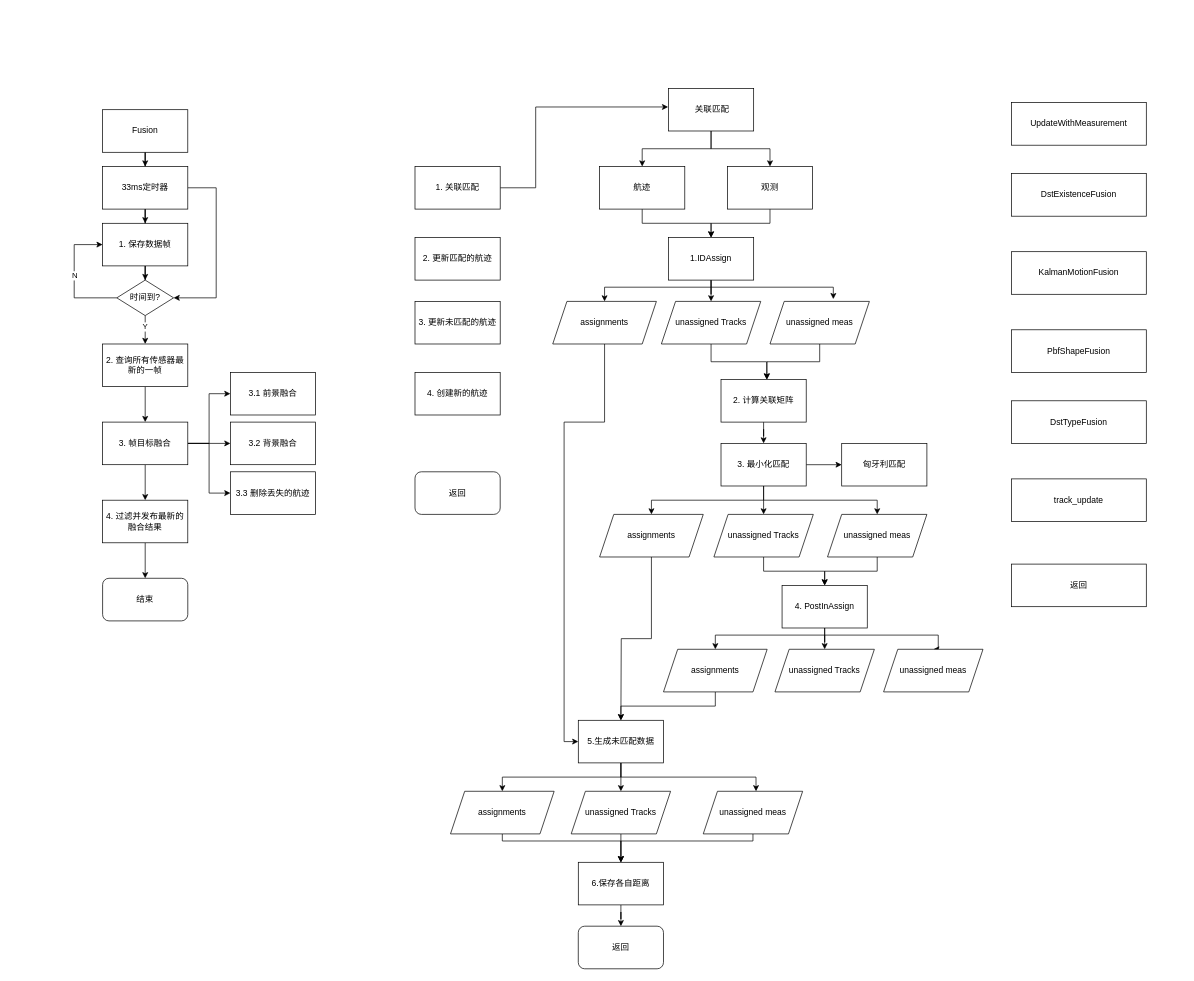
This is page "第 2 页" (2 of 2) of apollo/apollo_2d_to_3d_V3.0.drawio from bugquella/diagrams, a draw.io file, before an edit. Source tidied: cells renumbered, new cells numbered last; positions are measured from the earlier drawing's top-left corner, leaving out a move shared by most shapes. Both pictures are drawn from the tidied source at 71%, with x=0, y=0 at pixel (74, 88).
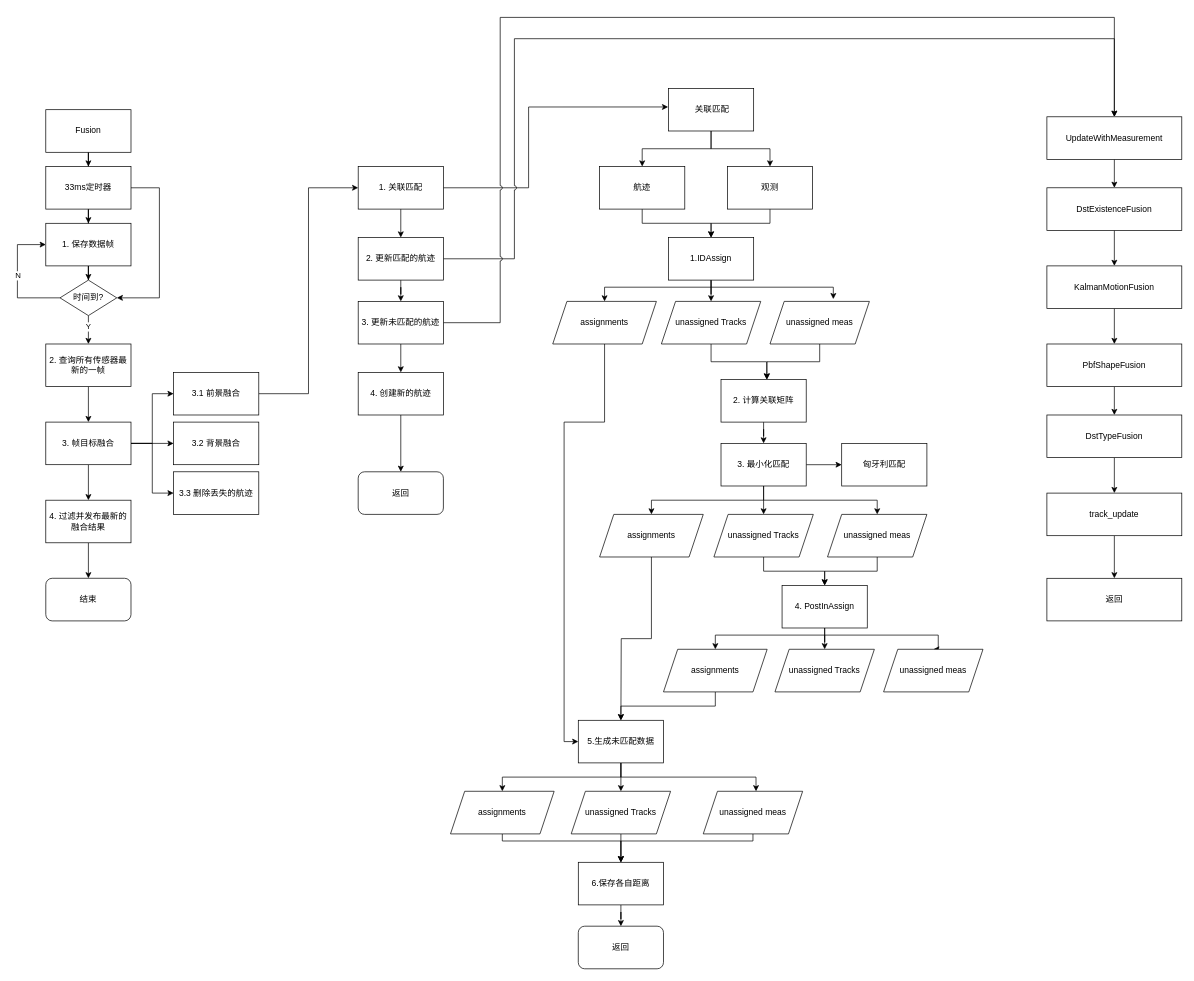
After the change.

The change refers to these unchanged cells:
```xml
<mxCell id="35" value="&amp;nbsp;关联匹配" style="rounded=0;whiteSpace=wrap;html=1;" parent="1" vertex="1">
  <mxGeometry x="837" width="120" height="60" as="geometry" />
</mxCell>
```

The edit, as a diff of the source:
```diff
@@
     <mxCell id="3" value="Fusion" style="rounded=0;whiteSpace=wrap;html=1;" parent="1" vertex="1">
-      <mxGeometry x="40" y="30" width="120" height="60" as="geometry" />
+      <mxGeometry x="-40" y="30" width="120" height="60" as="geometry" />
     </mxCell>
@@
     <mxCell id="5" value="1. 保存数据帧" style="rounded=0;whiteSpace=wrap;html=1;" parent="1" vertex="1">
-      <mxGeometry x="40" y="190" width="120" height="60" as="geometry" />
+      <mxGeometry x="-40" y="190" width="120" height="60" as="geometry" />
     </mxCell>
@@
     <mxCell id="7" style="edgeStyle=orthogonalEdgeStyle;rounded=0;jettySize=auto;html=1;entryX=1;entryY=0.5;entryDx=0;entryDy=0;" parent="1" edge="1" source="8" target="13">
       <mxGeometry relative="1" as="geometry">
         <Array as="points">
-          <mxPoint x="200" y="140" />
-          <mxPoint x="200" y="295" />
+          <mxPoint x="120" y="140" />
+          <mxPoint x="120" y="295" />
         </Array>
       </mxGeometry>
     </mxCell>
     <mxCell id="8" value="33ms定时器" style="rounded=0;whiteSpace=wrap;html=1;" parent="1" vertex="1">
-      <mxGeometry x="40" y="110" width="120" height="60" as="geometry" />
+      <mxGeometry x="-40" y="110" width="120" height="60" as="geometry" />
     </mxCell>
     <mxCell id="9" style="edgeStyle=orthogonalEdgeStyle;rounded=0;jettySize=auto;html=1;" parent="1" edge="1" source="13">
       <mxGeometry relative="1" as="geometry">
-        <mxPoint x="40" y="220" as="targetPoint" />
+        <mxPoint x="-40" y="220" as="targetPoint" />
         <Array as="points">
-          <mxPoint y="295" />
-          <mxPoint y="220" />
+          <mxPoint x="-80" y="295" />
+          <mxPoint x="-80" y="220" />
         </Array>
       </mxGeometry>
     </mxCell>
@@
     <mxCell id="13" value="时间到?" style="rhombus;whiteSpace=wrap;html=1;" parent="1" vertex="1">
-      <mxGeometry x="60" y="270" width="80" height="50" as="geometry" />
+      <mxGeometry x="-20" y="270" width="80" height="50" as="geometry" />
     </mxCell>
@@
     <mxCell id="15" value="2. 查询所有传感器最新的一帧" style="rounded=0;whiteSpace=wrap;html=1;" parent="1" vertex="1">
-      <mxGeometry x="40" y="360" width="120" height="60" as="geometry" />
+      <mxGeometry x="-40" y="360" width="120" height="60" as="geometry" />
     </mxCell>
@@
     <mxCell id="20" value="3. 帧目标融合" style="rounded=0;whiteSpace=wrap;html=1;" parent="1" vertex="1">
-      <mxGeometry x="40" y="470" width="120" height="60" as="geometry" />
+      <mxGeometry x="-40" y="470" width="120" height="60" as="geometry" />
     </mxCell>
+    <mxCell id="92" style="edgeStyle=orthogonalEdgeStyle;rounded=0;jettySize=auto;html=1;entryX=0;entryY=0.5;entryDx=0;entryDy=0;" parent="1" edge="1" source="21" target="28">
+      <mxGeometry relative="1" as="geometry" />
+    </mxCell>
     <mxCell id="21" value="3.1 前景融合" style="rounded=0;whiteSpace=wrap;html=1;" parent="1" vertex="1">
-      <mxGeometry x="220" y="400" width="120" height="60" as="geometry" />
+      <mxGeometry x="140" y="400" width="120" height="60" as="geometry" />
     </mxCell>
     <mxCell id="22" value="3.2 背景融合" style="rounded=0;whiteSpace=wrap;html=1;" parent="1" vertex="1">
-      <mxGeometry x="220" y="470" width="120" height="60" as="geometry" />
+      <mxGeometry x="140" y="470" width="120" height="60" as="geometry" />
     </mxCell>
     <mxCell id="23" value="3.3 删除丢失的航迹" style="rounded=0;whiteSpace=wrap;html=1;" parent="1" vertex="1">
-      <mxGeometry x="220" y="540" width="120" height="60" as="geometry" />
+      <mxGeometry x="140" y="540" width="120" height="60" as="geometry" />
     </mxCell>
@@
     <mxCell id="25" value="4. 过滤并发布最新的融合结果" style="rounded=0;whiteSpace=wrap;html=1;" parent="1" vertex="1">
-      <mxGeometry x="40" y="580" width="120" height="60" as="geometry" />
+      <mxGeometry x="-40" y="580" width="120" height="60" as="geometry" />
     </mxCell>
     <mxCell id="26" value="结束" style="rounded=1;whiteSpace=wrap;html=1;" parent="1" vertex="1">
-      <mxGeometry x="40" y="690" width="120" height="60" as="geometry" />
+      <mxGeometry x="-40" y="690" width="120" height="60" as="geometry" />
     </mxCell>
-    <mxCell id="27" style="edgeStyle=orthogonalEdgeStyle;rounded=0;jettySize=auto;html=1;entryX=-0.004;entryY=0.436;entryDx=0;entryDy=0;entryPerimeter=0;" parent="1" edge="1" source="28" target="35">
+    <mxCell id="27" style="edgeStyle=orthogonalEdgeStyle;rounded=0;jettySize=auto;html=1;entryX=-0.004;entryY=0.436;entryDx=0;entryDy=0;entryPerimeter=0;jumpStyle=arc;" parent="1" edge="1" source="28" target="35">
       <mxGeometry relative="1" as="geometry">
         <Array as="points">
-          <mxPoint x="650" y="140" />
-          <mxPoint x="650" y="26" />
+          <mxPoint x="640" y="140" />
+          <mxPoint x="640" y="26" />
         </Array>
       </mxGeometry>
     </mxCell>
+    <mxCell id="93" style="edgeStyle=orthogonalEdgeStyle;rounded=0;jettySize=auto;html=1;entryX=0.5;entryY=0;entryDx=0;entryDy=0;" parent="1" edge="1" source="28" target="29">
+      <mxGeometry relative="1" as="geometry" />
+    </mxCell>
     <mxCell id="28" value="1. 关联匹配" style="rounded=0;whiteSpace=wrap;html=1;" parent="1" vertex="1">
-      <mxGeometry x="480" y="110" width="120" height="60" as="geometry" />
+      <mxGeometry x="400" y="110" width="120" height="60" as="geometry" />
     </mxCell>
+    <mxCell id="94" style="edgeStyle=orthogonalEdgeStyle;rounded=0;jettySize=auto;html=1;entryX=0.5;entryY=0;entryDx=0;entryDy=0;" parent="1" edge="1" source="29" target="30">
+      <mxGeometry relative="1" as="geometry" />
+    </mxCell>
+    <mxCell id="95" style="edgeStyle=orthogonalEdgeStyle;rounded=0;jettySize=auto;html=1;jumpStyle=arc;entryX=0.5;entryY=0;entryDx=0;entryDy=0;" parent="1" edge="1" source="29" target="63">
+      <mxGeometry relative="1" as="geometry">
+        <Array as="points">
+          <mxPoint x="620" y="240" />
+          <mxPoint x="620" y="-70" />
+          <mxPoint x="1465" y="-70" />
+        </Array>
+      </mxGeometry>
+    </mxCell>
     <mxCell id="29" value="2. 更新匹配的航迹" style="rounded=0;whiteSpace=wrap;html=1;" parent="1" vertex="1">
-      <mxGeometry x="480" y="210" width="120" height="60" as="geometry" />
+      <mxGeometry x="400" y="210" width="120" height="60" as="geometry" />
     </mxCell>
+    <mxCell id="96" style="edgeStyle=orthogonalEdgeStyle;rounded=0;jettySize=auto;html=1;entryX=0.5;entryY=0;entryDx=0;entryDy=0;" parent="1" edge="1" source="30" target="31">
+      <mxGeometry relative="1" as="geometry" />
+    </mxCell>
+    <mxCell id="97" style="edgeStyle=orthogonalEdgeStyle;rounded=0;jettySize=auto;html=1;jumpStyle=arc;entryX=0.5;entryY=0;entryDx=0;entryDy=0;" parent="1" edge="1" source="30" target="63">
+      <mxGeometry relative="1" as="geometry">
+        <Array as="points">
+          <mxPoint x="600" y="330" />
+          <mxPoint x="600" y="-100" />
+          <mxPoint x="1465" y="-100" />
+        </Array>
+      </mxGeometry>
+    </mxCell>
     <mxCell id="30" value="3. 更新未匹配的航迹" style="rounded=0;whiteSpace=wrap;html=1;" parent="1" vertex="1">
-      <mxGeometry x="480" y="300" width="120" height="60" as="geometry" />
+      <mxGeometry x="400" y="300" width="120" height="60" as="geometry" />
     </mxCell>
+    <mxCell id="98" style="edgeStyle=orthogonalEdgeStyle;rounded=0;jettySize=auto;html=1;entryX=0.5;entryY=0;entryDx=0;entryDy=0;" parent="1" edge="1" source="31" target="32">
+      <mxGeometry relative="1" as="geometry" />
+    </mxCell>
     <mxCell id="31" value="4. 创建新的航迹" style="rounded=0;whiteSpace=wrap;html=1;" parent="1" vertex="1">
-      <mxGeometry x="480" y="400" width="120" height="60" as="geometry" />
+      <mxGeometry x="400" y="400" width="120" height="60" as="geometry" />
     </mxCell>
     <mxCell id="32" value="返回" style="rounded=1;whiteSpace=wrap;html=1;" parent="1" vertex="1">
-      <mxGeometry x="480" y="540" width="120" height="60" as="geometry" />
+      <mxGeometry x="400" y="540" width="120" height="60" as="geometry" />
     </mxCell>
@@
+    <mxCell id="99" style="edgeStyle=orthogonalEdgeStyle;rounded=0;jettySize=auto;html=1;entryX=0.5;entryY=0;entryDx=0;entryDy=0;" parent="1" edge="1" source="63" target="64">
+      <mxGeometry relative="1" as="geometry" />
+    </mxCell>
     <mxCell id="63" value="UpdateWithMeasurement" style="rounded=0;whiteSpace=wrap;html=1;" parent="1" vertex="1">
-      <mxGeometry x="1320" y="20" width="190" height="60" as="geometry" />
+      <mxGeometry x="1370" y="40" width="190" height="60" as="geometry" />
     </mxCell>
+    <mxCell id="100" style="edgeStyle=orthogonalEdgeStyle;rounded=0;jettySize=auto;html=1;entryX=0.5;entryY=0;entryDx=0;entryDy=0;" parent="1" edge="1" source="64" target="65">
+      <mxGeometry relative="1" as="geometry" />
+    </mxCell>
     <mxCell id="64" value="DstExistenceFusion" style="rounded=0;whiteSpace=wrap;html=1;" parent="1" vertex="1">
-      <mxGeometry x="1320" y="120" width="190" height="60" as="geometry" />
+      <mxGeometry x="1370" y="140" width="190" height="60" as="geometry" />
     </mxCell>
+    <mxCell id="101" style="edgeStyle=orthogonalEdgeStyle;rounded=0;jettySize=auto;html=1;entryX=0.5;entryY=0;entryDx=0;entryDy=0;" parent="1" edge="1" source="65" target="66">
+      <mxGeometry relative="1" as="geometry" />
+    </mxCell>
     <mxCell id="65" value="KalmanMotionFusion" style="rounded=0;whiteSpace=wrap;html=1;" parent="1" vertex="1">
-      <mxGeometry x="1320" y="230" width="190" height="60" as="geometry" />
+      <mxGeometry x="1370" y="250" width="190" height="60" as="geometry" />
     </mxCell>
+    <mxCell id="102" style="edgeStyle=orthogonalEdgeStyle;rounded=0;jettySize=auto;html=1;entryX=0.5;entryY=0;entryDx=0;entryDy=0;" parent="1" edge="1" source="66" target="67">
+      <mxGeometry relative="1" as="geometry" />
+    </mxCell>
     <mxCell id="66" value="PbfShapeFusion" style="rounded=0;whiteSpace=wrap;html=1;" parent="1" vertex="1">
-      <mxGeometry x="1320" y="340" width="190" height="60" as="geometry" />
+      <mxGeometry x="1370" y="360" width="190" height="60" as="geometry" />
     </mxCell>
+    <mxCell id="103" style="edgeStyle=orthogonalEdgeStyle;rounded=0;jettySize=auto;html=1;entryX=0.5;entryY=0;entryDx=0;entryDy=0;" parent="1" edge="1" source="67" target="68">
+      <mxGeometry relative="1" as="geometry" />
+    </mxCell>
     <mxCell id="67" value="DstTypeFusion" style="rounded=0;whiteSpace=wrap;html=1;" parent="1" vertex="1">
-      <mxGeometry x="1320" y="440" width="190" height="60" as="geometry" />
+      <mxGeometry x="1370" y="460" width="190" height="60" as="geometry" />
     </mxCell>
+    <mxCell id="104" style="edgeStyle=orthogonalEdgeStyle;rounded=0;jettySize=auto;html=1;entryX=0.5;entryY=0;entryDx=0;entryDy=0;" parent="1" edge="1" source="68" target="69">
+      <mxGeometry relative="1" as="geometry" />
+    </mxCell>
     <mxCell id="68" value="track_update" style="rounded=0;whiteSpace=wrap;html=1;" parent="1" vertex="1">
-      <mxGeometry x="1320" y="550" width="190" height="60" as="geometry" />
+      <mxGeometry x="1370" y="570" width="190" height="60" as="geometry" />
     </mxCell>
     <mxCell id="69" value="返回" style="rounded=0;whiteSpace=wrap;html=1;" parent="1" vertex="1">
-      <mxGeometry x="1320" y="670" width="190" height="60" as="geometry" />
+      <mxGeometry x="1370" y="690" width="190" height="60" as="geometry" />
     </mxCell>
```
